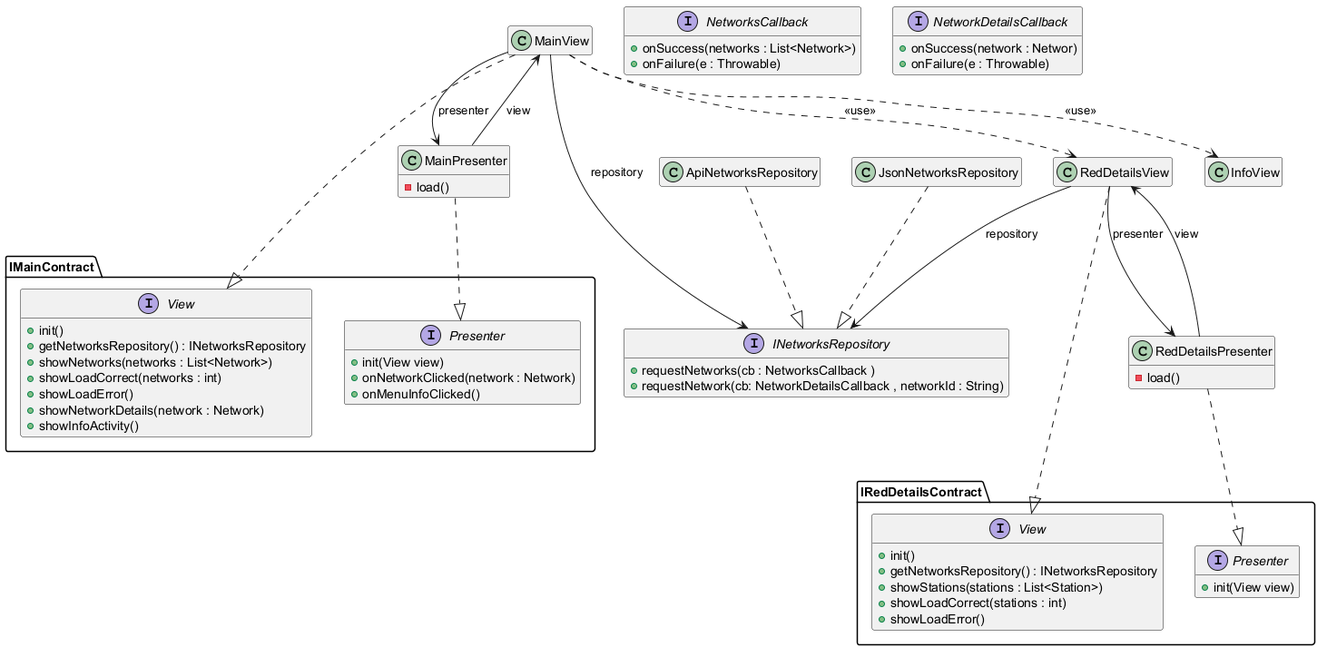
This is Docs/Models/architecture.png from isunican/App-Bicis-Grupo1, a PlantUML export, as it was before one commit.
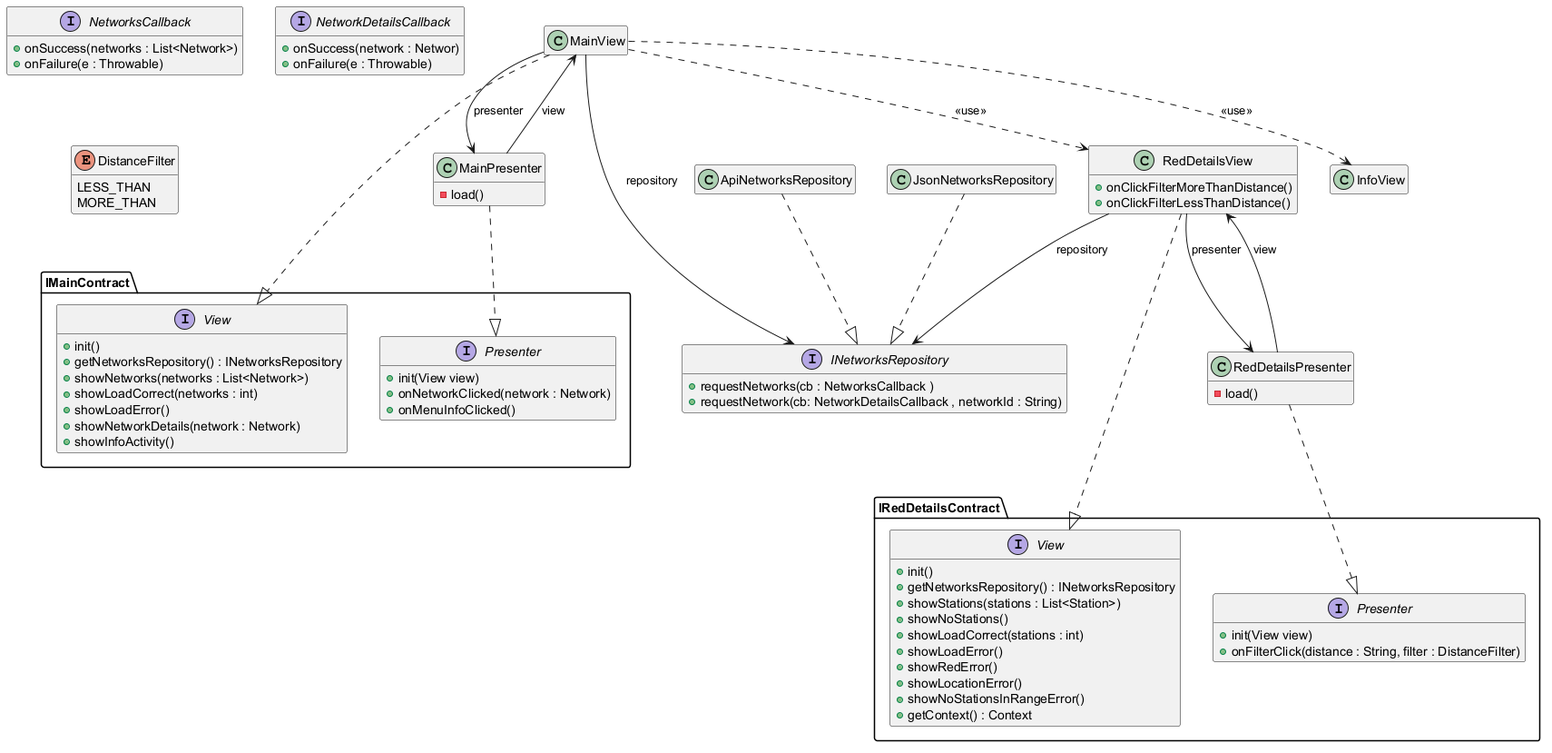
Above is the later version.

Change to the diagram source:
```diff
@@ -28,7 +28,8 @@
 class InfoView
 
 class RedDetailsView {
-
+    +onClickFilterMoreThanDistance()
+    +onClickFilterLessThanDistance()
 }
 class RedDetailsPresenter {
     -load()
@@ -57,12 +58,18 @@
     + init()
     + getNetworksRepository() : INetworksRepository
     + showStations(stations : List<Station>)
+    + showNoStations()
     + showLoadCorrect(stations : int)
     + showLoadError()
+    + showRedError()
+    + showLocationError()
+    + showNoStationsInRangeError()
+    + getContext() : Context
 }
 
 interface IRedDetailsContract.Presenter {
     + init(View view)
+    + onFilterClick(distance : String, filter : DistanceFilter)
 }
 
 interface INetworksRepository {
@@ -80,5 +87,9 @@
     + onFailure(e : Throwable)
 }
 
+enum DistanceFilter {
+    LESS_THAN
+    MORE_THAN
+}
 
 @enduml
```
